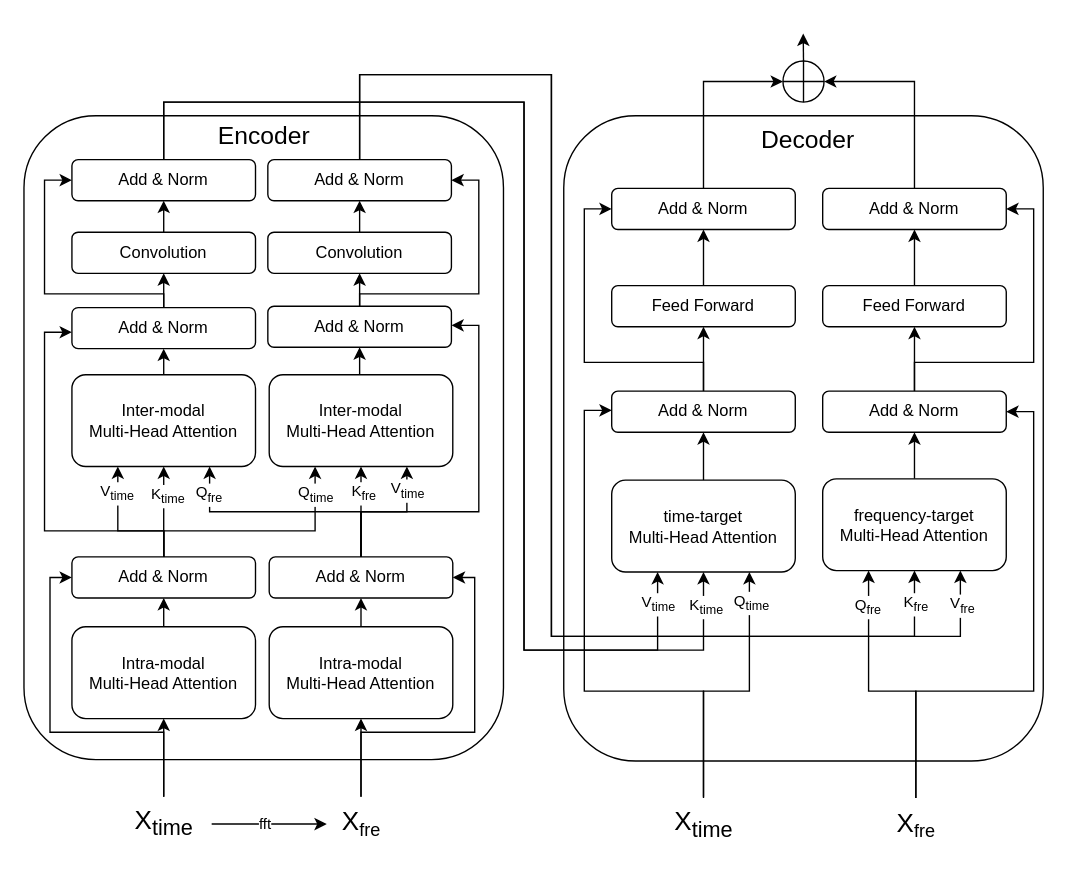
Before: SPR-CNN/Modality-aware.drawio in OuO333333/CNN4CE, a draw.io diagram. Source tidied: cells renumbered, new cells numbered last; positions are measured from the earlier drawing's top-left corner, leaving out a move shared by most shapes. Both pictures are drawn from the tidied source at 137%, with x=0, y=0 at pixel (23, 33).
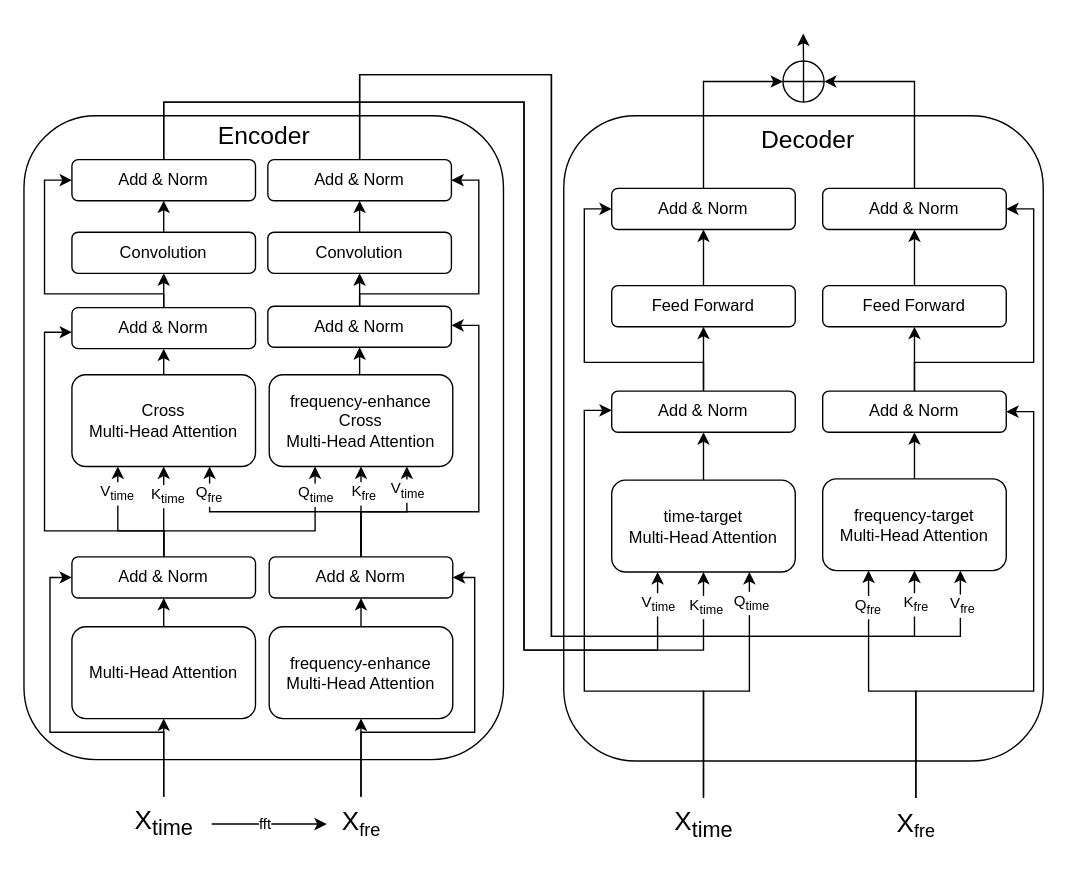
The same page after the edit.

Change to the diagram source:
```diff
@@
-    <mxCell id="4" value="Intra-modal&lt;div&gt;Multi-Head Attention&lt;/div&gt;" style="rounded=1;whiteSpace=wrap;html=1;" parent="1" vertex="1">
+    <mxCell id="4" value="&lt;span style=&quot;background-color: initial;&quot;&gt;Multi-Head Attention&lt;/span&gt;" style="rounded=1;whiteSpace=wrap;html=1;" parent="1" vertex="1">
       <mxGeometry x="35" y="433" width="134" height="67" as="geometry" />
     </mxCell>
@@
-    <mxCell id="6" value="Intra-modal&lt;div&gt;Multi-Head Attention&lt;/div&gt;" style="rounded=1;whiteSpace=wrap;html=1;" parent="1" vertex="1">
+    <mxCell id="6" value="frequency-enhance&lt;div&gt;Multi-Head Attention&lt;/div&gt;" style="rounded=1;whiteSpace=wrap;html=1;" parent="1" vertex="1">
       <mxGeometry x="179" y="433" width="134" height="67" as="geometry" />
     </mxCell>
@@
-    <mxCell id="24" value="Inter-modal&lt;div&gt;Multi-Head Attention&lt;/div&gt;" style="rounded=1;whiteSpace=wrap;html=1;" parent="1" vertex="1">
+    <mxCell id="24" value="&lt;span style=&quot;background-color: initial;&quot;&gt;Cross&lt;/span&gt;&lt;div&gt;&lt;span style=&quot;background-color: initial;&quot;&gt;Multi-Head Attention&lt;/span&gt;&lt;/div&gt;" style="rounded=1;whiteSpace=wrap;html=1;" parent="1" vertex="1">
       <mxGeometry x="35" y="249" width="134" height="67" as="geometry" />
     </mxCell>
@@
-    <mxCell id="26" value="Inter-modal&lt;div&gt;Multi-Head Attention&lt;/div&gt;" style="rounded=1;whiteSpace=wrap;html=1;" parent="1" vertex="1">
+    <mxCell id="26" value="frequency-enhance&lt;div&gt;Cross&lt;br&gt;&lt;div&gt;Multi-Head Attention&lt;/div&gt;&lt;/div&gt;" style="rounded=1;whiteSpace=wrap;html=1;" parent="1" vertex="1">
       <mxGeometry x="179" y="249" width="134" height="67" as="geometry" />
     </mxCell>
```
